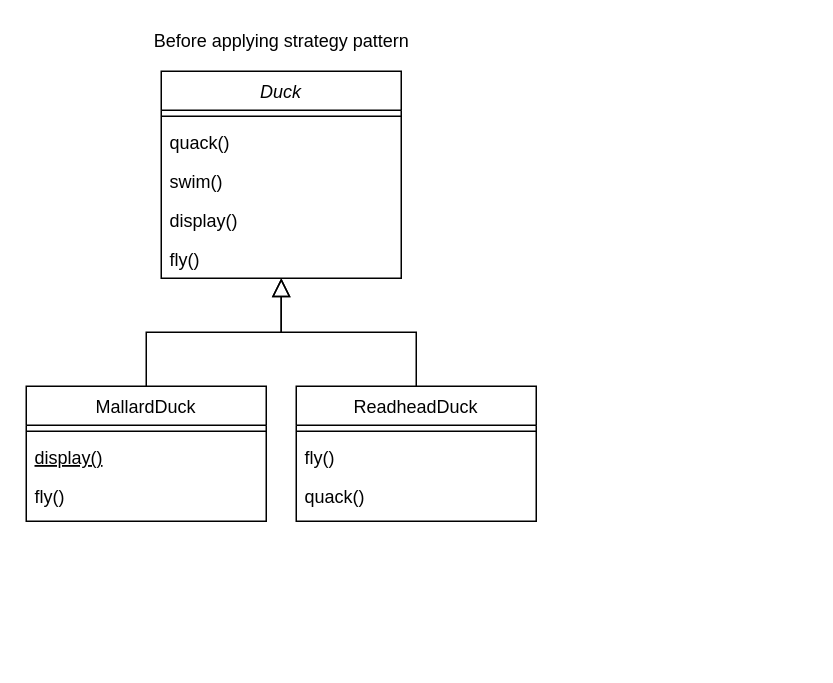
Above: src/StrategyPattern/Untitled Diagram.drawio in jhw0323/DesignPatterns (draw.io), before the change. Source tidied: cells renumbered, new cells numbered last; positions are measured from the earlier drawing's top-left corner, leaving out a move shared by most shapes. Both pictures are drawn from the tidied source at 150%, with x=0, y=0 at pixel (26, 26).
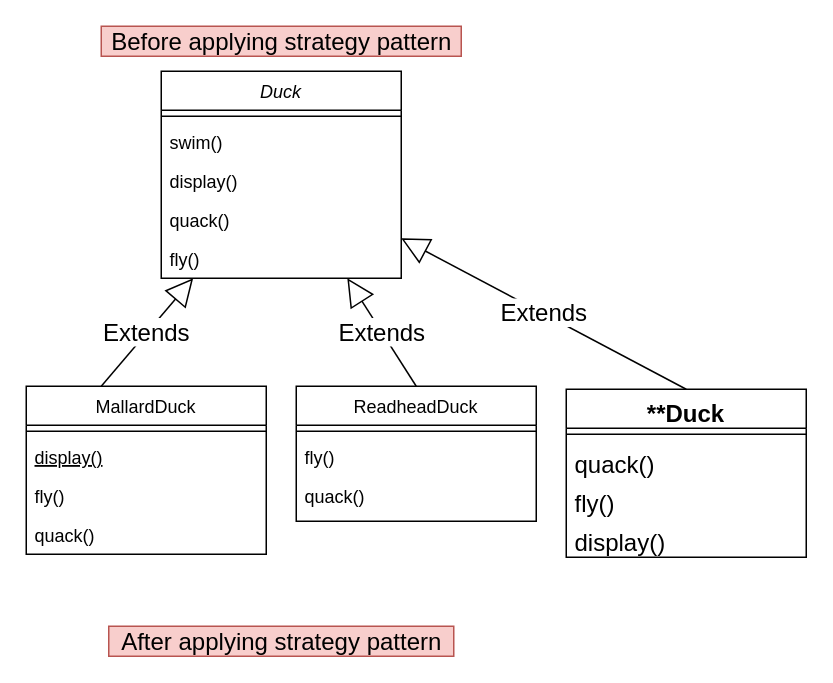
The same diagram, later.

Commit message (it also covers changes not shown here):
Strategy Pattern UML

The change refers to these unchanged cells:
```xml
<mxCell id="2" value="Duck" style="swimlane;fontStyle=2;align=center;verticalAlign=top;horizontal=1;startSize=26;rounded=0;shadow=0;strokeWidth=1;" parent="1" vertex="1">
  <mxGeometry x="90" y="30" width="160" height="138" as="geometry" />
</mxCell>
<mxCell id="13" value="ReadheadDuck" style="swimlane;fontStyle=0;align=center;verticalAlign=top;horizontal=1;startSize=26;rounded=0;shadow=0;strokeWidth=1;direction=east;" parent="1" vertex="1">
  <mxGeometry x="180" y="240" width="160" height="90" as="geometry" />
</mxCell>
```

Change to the diagram source:
```diff
@@
-    <mxCell id="4" value="quack()" style="text;align=left;verticalAlign=top;spacingLeft=4;spacingRight=4;overflow=hidden;" parent="2" vertex="1">
-      <mxGeometry y="34" width="160" height="26" as="geometry" />
-    </mxCell>
     <mxCell id="5" value="swim()" style="text;align=left;verticalAlign=top;spacingLeft=4;spacingRight=4;overflow=hidden;rounded=0;shadow=0;html=0;" parent="2" vertex="1">
-      <mxGeometry y="60" width="160" height="26" as="geometry" />
+      <mxGeometry y="34" width="160" height="26" as="geometry" />
     </mxCell>
     <mxCell id="6" value="display()" style="text;align=left;verticalAlign=top;spacingLeft=4;spacingRight=4;overflow=hidden;rounded=0;shadow=0;html=0;" parent="2" vertex="1">
-      <mxGeometry y="86" width="160" height="26" as="geometry" />
+      <mxGeometry y="60" width="160" height="26" as="geometry" />
     </mxCell>
+    <mxCell id="4" value="quack()" style="text;align=left;verticalAlign=top;spacingLeft=4;spacingRight=4;overflow=hidden;" parent="2" vertex="1">
+      <mxGeometry y="86" width="160" height="26" as="geometry" />
+    </mxCell>
@@
     <mxCell id="8" value="MallardDuck" style="swimlane;fontStyle=0;align=center;verticalAlign=top;horizontal=1;startSize=26;rounded=0;shadow=0;strokeWidth=1;" parent="1" vertex="1">
-      <mxGeometry y="240" width="160" height="90" as="geometry" />
+      <mxGeometry y="240" width="160" height="112" as="geometry" />
     </mxCell>
@@
-    <mxCell id="12" style="endArrow=block;endSize=10;endFill=0;shadow=0;strokeWidth=1;rounded=0;edgeStyle=elbowEdgeStyle;elbow=vertical;" parent="1" edge="1" source="8" target="2">
-      <mxGeometry relative="1" as="geometry" />
-    </mxCell>
+    <mxCell id="19" value="quack()" style="text;align=left;verticalAlign=top;spacingLeft=4;spacingRight=4;overflow=hidden;" parent="8" vertex="1">
+      <mxGeometry y="86" width="160" height="26" as="geometry" />
+    </mxCell>
+    <mxCell id="20" value="Extends" style="endArrow=block;endSize=16;endFill=0;html=1;rounded=0;fontSize=16;" parent="8" edge="1" target="2">
+      <mxGeometry relative="1" as="geometry">
+        <mxPoint x="50" as="sourcePoint" />
+      </mxGeometry>
+    </mxCell>
@@
+    <mxCell id="18" value="Before applying strategy pattern" style="text;html=1;align=center;verticalAlign=middle;strokeColor=#b85450;fillColor=#f8cecc;fontSize=16;" parent="1" vertex="1">
+      <mxGeometry x="50" width="240" height="20" as="geometry" />
+    </mxCell>
+    <mxCell id="21" value="After applying strategy pattern" style="text;html=1;align=center;verticalAlign=middle;strokeColor=#b85450;fillColor=#f8cecc;fontSize=16;" parent="1" vertex="1">
+      <mxGeometry x="55" y="400" width="230" height="20" as="geometry" />
+    </mxCell>
+    <mxCell id="22" value="**Duck" style="swimlane;fontStyle=1;align=center;verticalAlign=top;horizontal=1;startSize=26;fontSize=16;" parent="1" vertex="1">
+      <mxGeometry x="360" y="242" width="160" height="112" as="geometry" />
+    </mxCell>
+    <mxCell id="23" style="line;strokeWidth=1;fillColor=none;align=left;verticalAlign=middle;spacingTop=-1;spacingLeft=3;spacingRight=3;labelPosition=right;fontSize=16;" parent="22" vertex="1">
+      <mxGeometry y="26" width="160" height="8" as="geometry" />
+    </mxCell>
+    <mxCell id="24" value="quack()" style="text;strokeColor=none;fillColor=none;align=left;verticalAlign=top;spacingLeft=4;spacingRight=4;overflow=hidden;fontSize=16;" parent="22" vertex="1">
+      <mxGeometry y="34" width="160" height="26" as="geometry" />
+    </mxCell>
+    <mxCell id="25" value="fly()" style="text;strokeColor=none;fillColor=none;align=left;verticalAlign=top;spacingLeft=4;spacingRight=4;overflow=hidden;fontSize=16;" parent="22" vertex="1">
+      <mxGeometry y="60" width="160" height="26" as="geometry" />
+    </mxCell>
+    <mxCell id="26" value="display()" style="text;strokeColor=none;fillColor=none;align=left;verticalAlign=top;spacingLeft=4;spacingRight=4;overflow=hidden;fontSize=16;" parent="22" vertex="1">
+      <mxGeometry y="86" width="160" height="26" as="geometry" />
+    </mxCell>
+    <mxCell id="27" value="Extends" style="endArrow=block;endSize=16;endFill=0;html=1;rounded=0;fontSize=16;exitX=0.5;exitY=0;exitDx=0;exitDy=0;" parent="1" edge="1" source="22" target="2">
+      <mxGeometry relative="1" as="geometry" />
+    </mxCell>
-    <mxCell id="17" style="endArrow=block;endSize=10;endFill=0;shadow=0;strokeWidth=1;rounded=0;edgeStyle=elbowEdgeStyle;elbow=vertical;" parent="1" edge="1" source="13" target="2">
+    <mxCell id="17" value="Extends" style="endArrow=block;endSize=16;endFill=0;html=1;rounded=0;fontSize=16;exitX=0.5;exitY=0;exitDx=0;exitDy=0;" parent="1" edge="1" source="13" target="2">
       <mxGeometry relative="1" as="geometry" />
     </mxCell>
-    <mxCell id="18" value="Before applying strategy pattern" style="text;html=1;align=center;verticalAlign=middle;strokeColor=none;fillColor=none;" parent="1" vertex="1">
-      <mxGeometry x="75" width="190" height="20" as="geometry" />
-    </mxCell>
```
